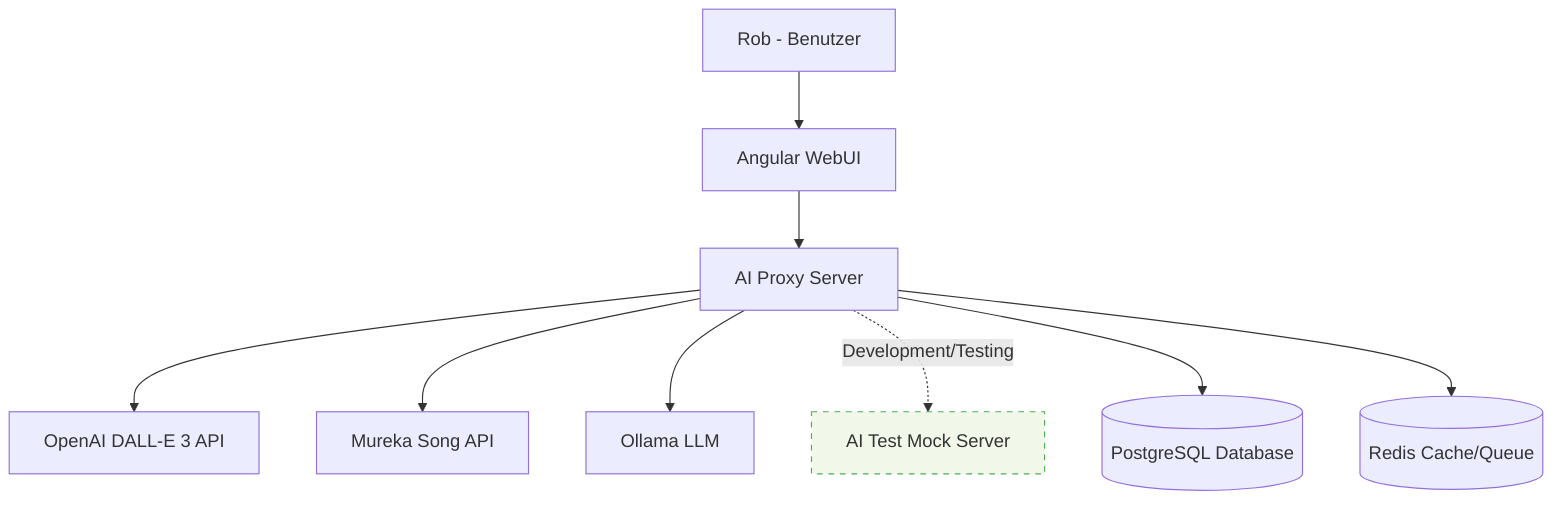
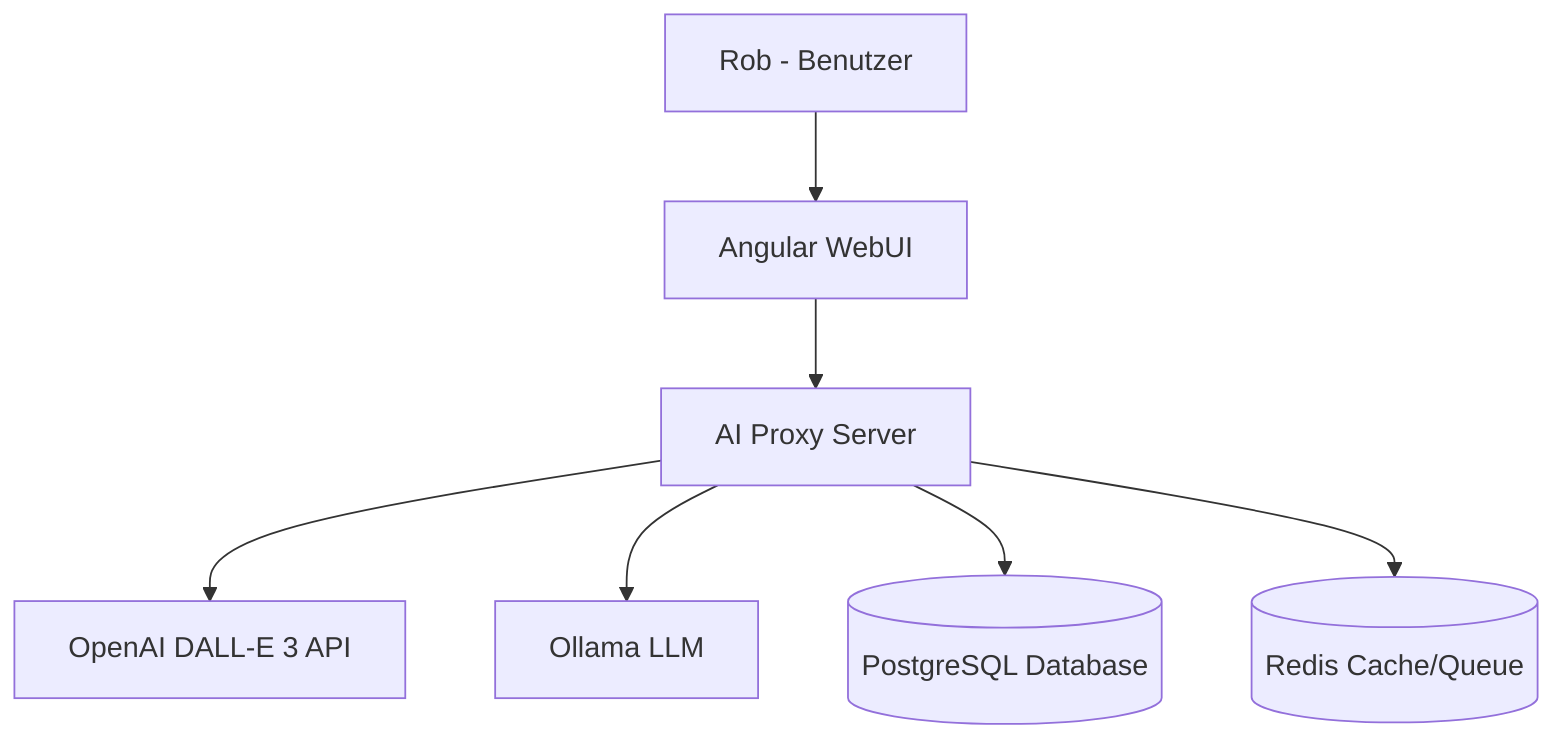
graph TB
    User[Rob - Benutzer] --> WebUI[Angular WebUI]
    WebUI --> AIProxy[AI Proxy Server]
    AIProxy --> OpenAI[OpenAI DALL-E 3 API]
-     AIProxy --> Mureka[Mureka Song API]
    AIProxy --> Ollama[Ollama LLM]
-     AIProxy -.->|Development/Testing| MockServer[AI Test Mock Server]
    AIProxy --> DB[(PostgreSQL Database)]
    AIProxy --> Redis[(Redis Cache/Queue)]
- 
-     style MockServer fill:#f1f8e9,stroke:#4caf50,stroke-dasharray: 5 5
